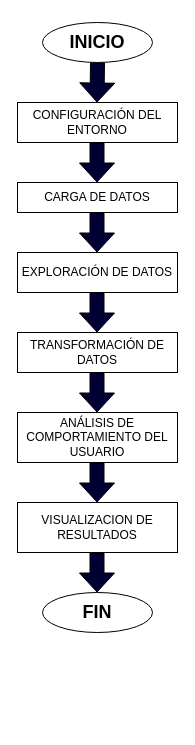
juansanchezz/Prueba-IoT keeps this draw.io diagram as Diagrama_Uso_Spark.drawio. Above is the earlier version. Source tidied: cells renumbered, new cells numbered last; positions are measured from the earlier drawing's top-left corner, leaving out a move shared by most shapes. Both pictures are drawn from the tidied source at 100%, with x=0, y=0 at pixel (17, 22).
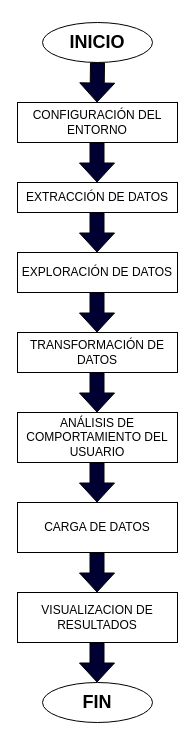
The same page after the edit.

The edit, as a diff of the source:
```diff
@@
-    <mxCell id="3" value="CARGA DE DATOS" style="rounded=0;whiteSpace=wrap;html=1;" parent="1" vertex="1">
+    <mxCell id="3" value="EXTRACCIÓN DE DATOS" style="rounded=0;whiteSpace=wrap;html=1;" parent="1" vertex="1">
       <mxGeometry y="160" width="160" height="30" as="geometry" />
     </mxCell>
@@
     <mxCell id="8" value="VISUALIZACION DE RESULTADOS" style="rounded=0;whiteSpace=wrap;html=1;" parent="1" vertex="1">
-      <mxGeometry y="480" width="160" height="50" as="geometry" />
+      <mxGeometry y="570" width="160" height="50" as="geometry" />
     </mxCell>
     <mxCell id="9" value="&lt;h2&gt;FIN&lt;/h2&gt;" style="ellipse;whiteSpace=wrap;html=1;" parent="1" vertex="1">
-      <mxGeometry x="25" y="570" width="110" height="40" as="geometry" />
+      <mxGeometry x="25" y="660" width="110" height="40" as="geometry" />
     </mxCell>
@@
     <mxCell id="16" style="shape=flexArrow;endArrow=classic;html=1;rounded=0;width=14;endSize=6;fillColor=#000033;" parent="1" edge="1">
       <mxGeometry relative="1" as="geometry">
-        <mxPoint x="79.5" y="530" as="sourcePoint" />
-        <mxPoint x="79.5" y="570" as="targetPoint" />
+        <mxPoint x="79.5" y="620" as="sourcePoint" />
+        <mxPoint x="79.5" y="660" as="targetPoint" />
       </mxGeometry>
     </mxCell>
+    <mxCell id="17" value="CARGA DE DATOS" style="rounded=0;whiteSpace=wrap;html=1;" parent="1" vertex="1">
+      <mxGeometry y="480" width="160" height="50" as="geometry" />
+    </mxCell>
+    <mxCell id="18" style="shape=flexArrow;endArrow=classic;html=1;rounded=0;width=14;endSize=6;fillColor=#000033;" parent="1" edge="1">
+      <mxGeometry relative="1" as="geometry">
+        <mxPoint x="79.5" y="530" as="sourcePoint" />
+        <mxPoint x="79.5" y="570" as="targetPoint" />
+      </mxGeometry>
+    </mxCell>
```
